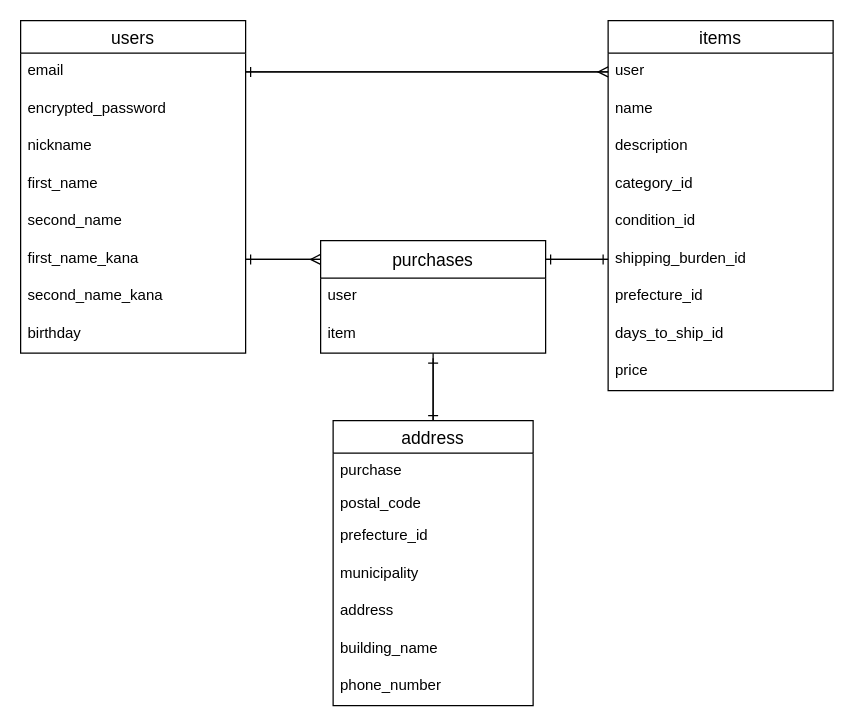
Before: ER図.dio in toyahatariku/furima-33971, a draw.io diagram. Source tidied: cells renumbered, new cells numbered last; positions are measured from the earlier drawing's top-left corner, leaving out a move shared by most shapes. Both pictures are drawn from the tidied source at 125%, with x=0, y=0 at pixel (20, 20).
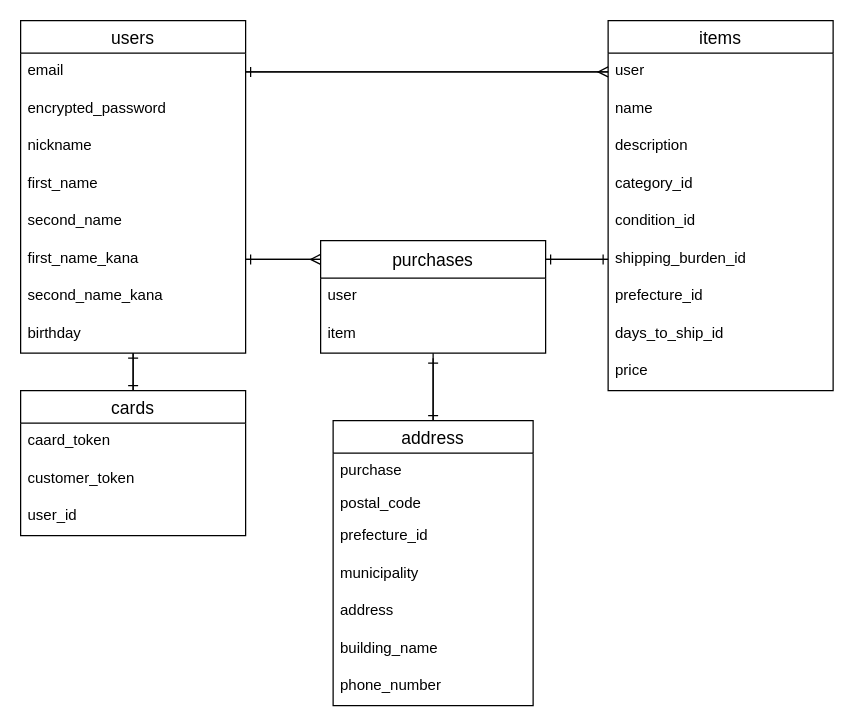
After the change.

Commit message (it also covers changes not shown here):
README・ER図の更新

Unchanged cells that the change refers to:
```xml
<mxCell id="2" value="users" style="swimlane;fontStyle=0;horizontal=1;startSize=26;align=center;fontSize=14;" parent="1" vertex="1">
  <mxGeometry width="180" height="266" as="geometry" />
</mxCell>
```

The edit, as a diff of the source:
```diff
@@
+    <mxCell id="40" style="edgeStyle=orthogonalEdgeStyle;rounded=0;jettySize=auto;html=1;entryX=0.5;entryY=0;entryDx=0;entryDy=0;endArrow=ERone;endFill=0;" parent="1" edge="1" source="2" target="42">
+      <mxGeometry relative="1" as="geometry" />
+    </mxCell>
@@
+    <mxCell id="41" style="edgeStyle=orthogonalEdgeStyle;rounded=0;jettySize=auto;html=1;endArrow=ERone;endFill=0;" parent="1" edge="1" source="42" target="2">
+      <mxGeometry relative="1" as="geometry" />
+    </mxCell>
+    <mxCell id="42" value="cards" style="swimlane;fontStyle=0;horizontal=1;startSize=26;align=center;fontSize=14;" parent="1" vertex="1">
+      <mxGeometry y="296" width="180" height="116" as="geometry" />
+    </mxCell>
+    <mxCell id="43" value="caard_token" style="text;strokeColor=none;fillColor=none;spacingLeft=4;spacingRight=4;overflow=hidden;fontSize=12;" parent="42" vertex="1">
+      <mxGeometry y="26" width="180" height="30" as="geometry" />
+    </mxCell>
+    <mxCell id="44" value="customer_token" style="text;strokeColor=none;fillColor=none;spacingLeft=4;spacingRight=4;overflow=hidden;fontSize=12;" parent="42" vertex="1">
+      <mxGeometry y="56" width="180" height="30" as="geometry" />
+    </mxCell>
+    <mxCell id="45" value="user_id" style="text;strokeColor=none;fillColor=none;spacingLeft=4;spacingRight=4;overflow=hidden;fontSize=12;" parent="42" vertex="1">
+      <mxGeometry y="86" width="180" height="30" as="geometry" />
+    </mxCell>
```
